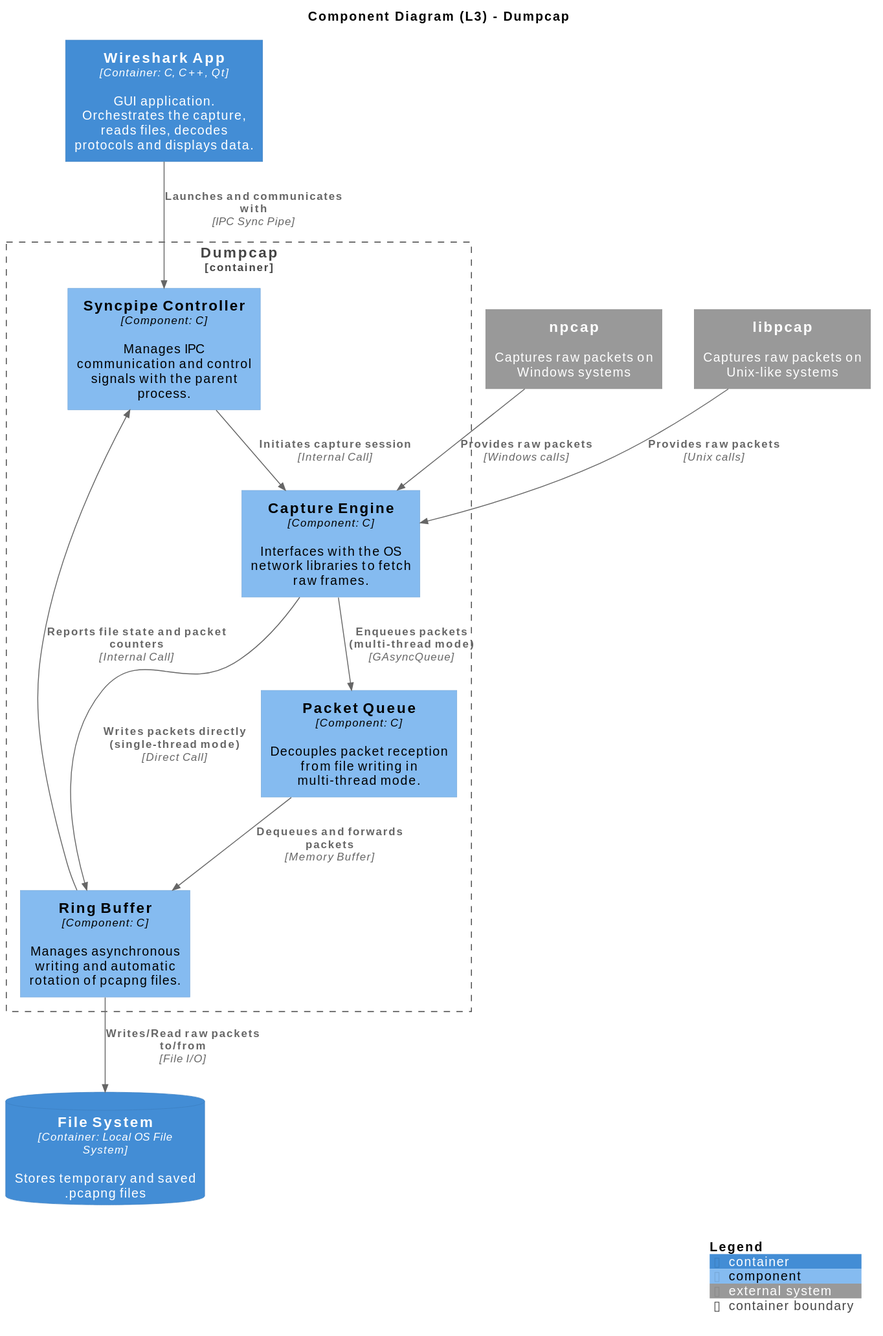
SDA-Team05/project-team05 keeps this PlantUML diagram as reports/architecture-diagrams/dumpcap_component_diagram.svg. Above is the earlier version.
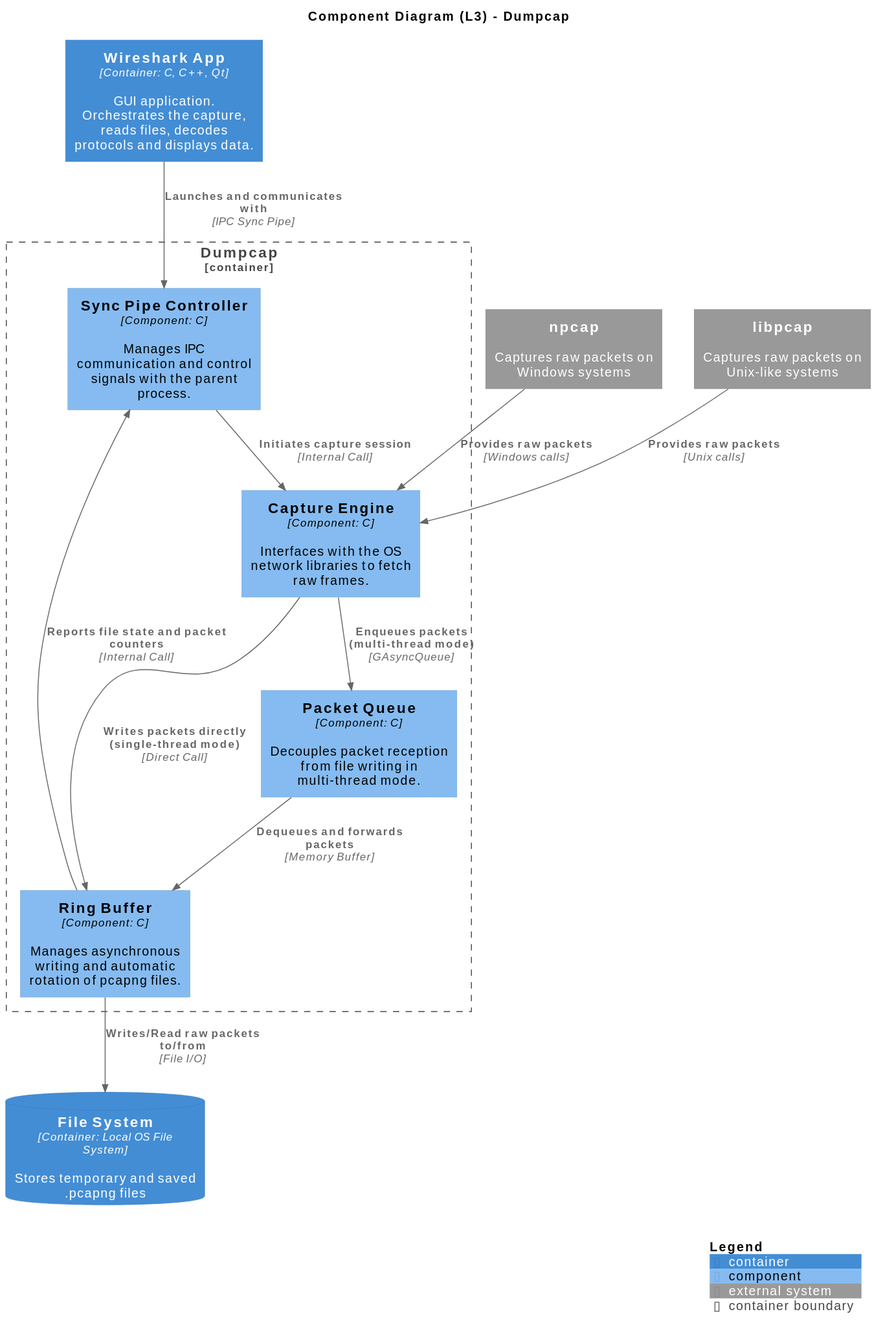
Later version of the same file.

Commit message:
fixed typos in architecture report

The edit, as a diff of the source:
```diff
@@ -10,7 +10,7 @@
 
 Container_Boundary(dumpcap_res, "Dumpcap") {
 
-    Component(sync_pipe, "Syncpipe Controller", "Component: C", "Manages IPC communication and control signals with the parent process.")
+    Component(sync_pipe, "Sync Pipe Controller", "Component: C", "Manages IPC communication and control signals with the parent process.")
 
     Component(cap_eng, "Capture Engine", "Component: C", "Interfaces with the OS network libraries to fetch raw frames.")
 
```
